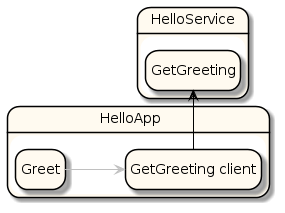
The PlantUML diagram examples/tutorial/out/4_hello_project_epa.png in Allon-Guralnek/sysl-website, before a commit.
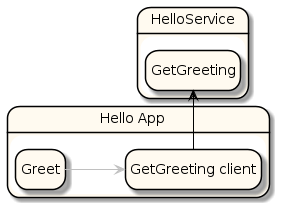
Later version of the same file.

Commit message:
Update HelloApp to Hello App to demo spaces

Change to the diagram source:
```diff
@@ -9,7 +9,7 @@
   BorderColor Black
   ArrowColor Crimson
 }
-state "HelloApp" as X_0 <<highlight>> {
+state "Hello App" as X_0 <<highlight>> {
   state "GetGreeting client" as _0 <<highlight>>
   state "Greet" as _1 <<highlight>>
 }
```
